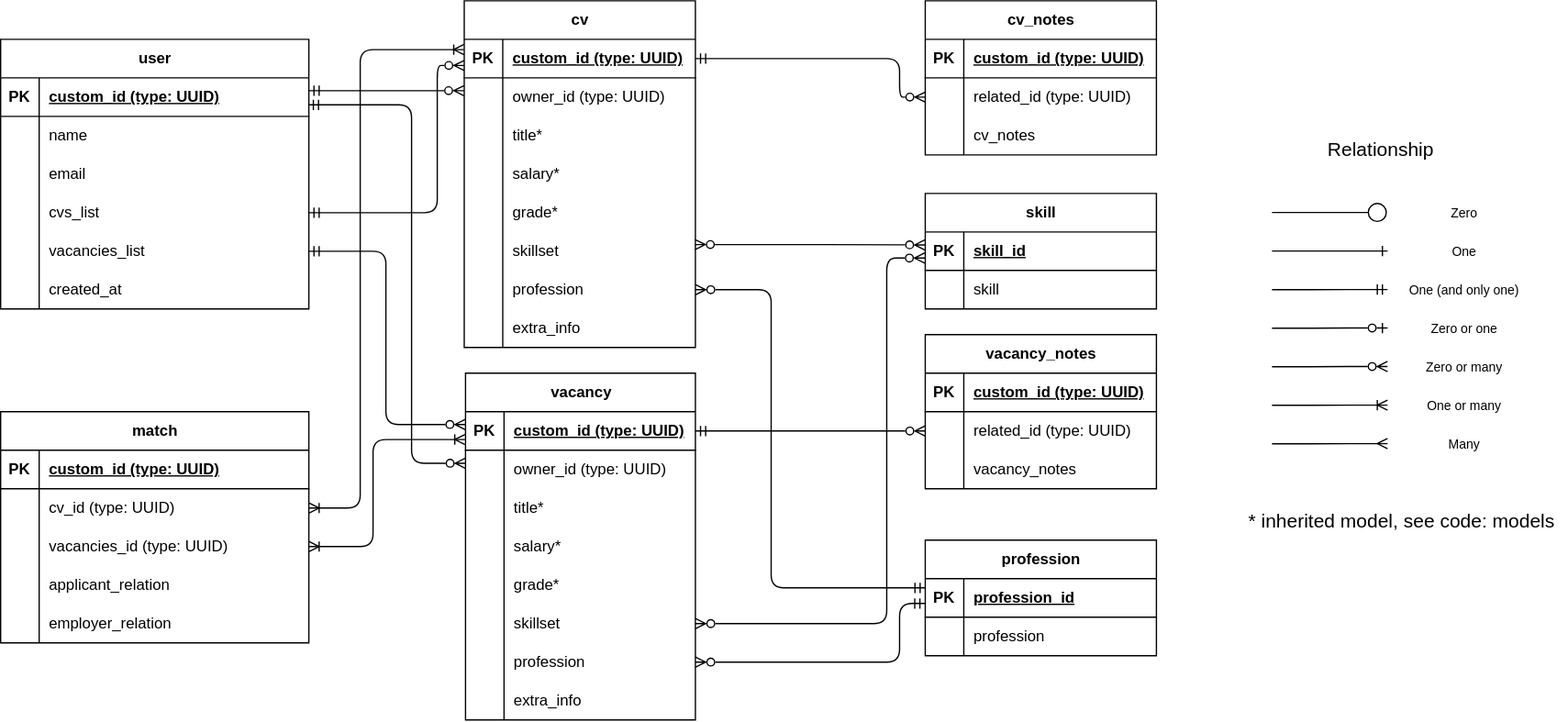
Above: schemabd.svg in BarankinaWork/test (draw.io), before the change. Source tidied: cells renumbered, new cells last; positions are measured from the earlier drawing's top-left corner, leaving out a move shared by most shapes.
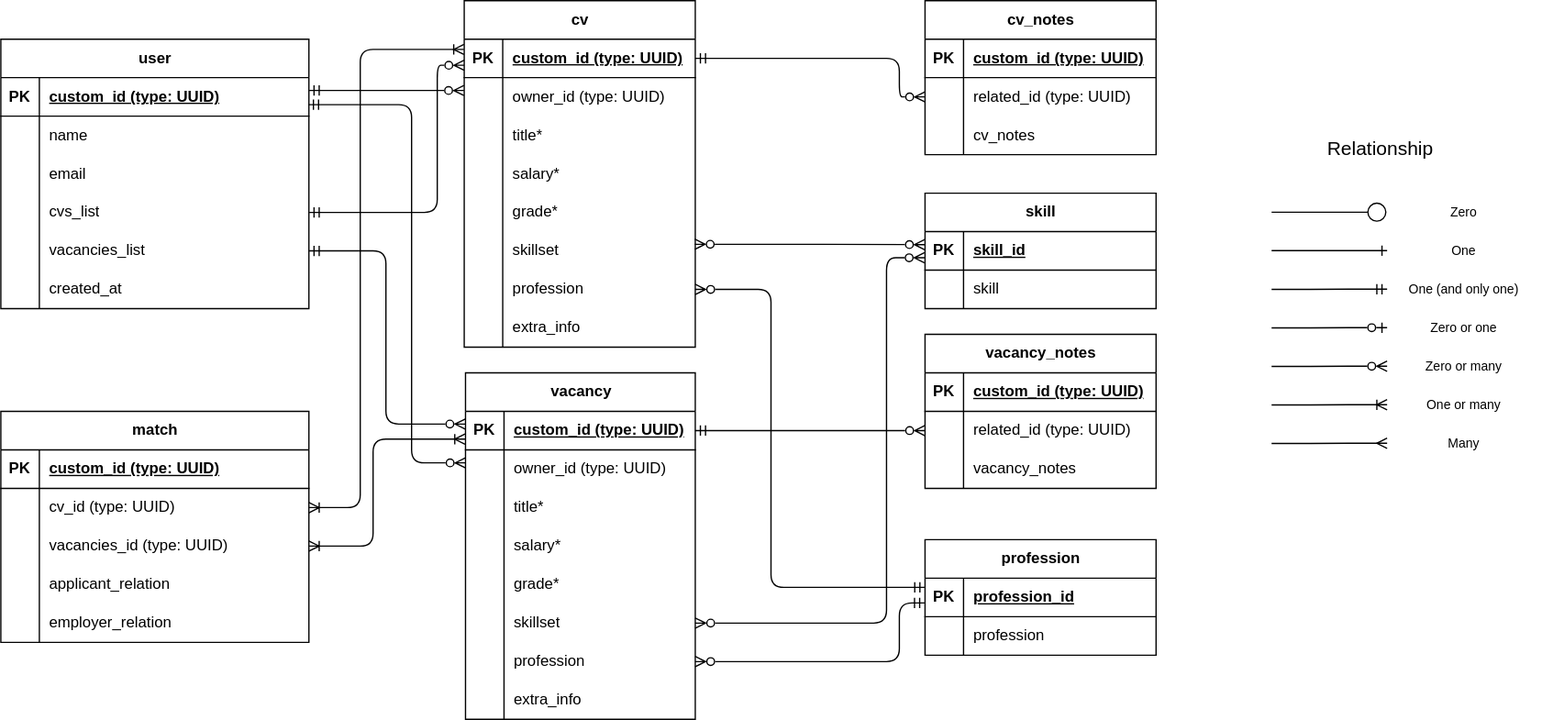
Later version of the same file.

Diff of the diagram source:
```diff
@@ -446,9 +446,6 @@
         <mxPoint x="1080" y="314.9" as="targetPoint" />
       </mxGeometry>
     </mxCell>
-    <mxCell id="137" value="* inherited model, see code: &lt;a href=&quot;https://github.com/roll-over/unknown-interview/tree/main/backend/app/db/models&quot; style=&quot;font-size: 15px;&quot;&gt;models&lt;/a&gt;" style="text;html=1;strokeColor=none;fillColor=none;align=left;verticalAlign=middle;whiteSpace=wrap;rounded=0;fontSize=15;" parent="1" vertex="1">
-      <mxGeometry x="970" y="380" width="250" height="50" as="geometry" />
-    </mxCell>
     <mxCell id="138" value="Relationship" style="text;html=1;strokeColor=none;fillColor=none;align=center;verticalAlign=middle;whiteSpace=wrap;rounded=0;fontSize=15;" parent="1" vertex="1">
       <mxGeometry x="1045" y="100" width="60" height="30" as="geometry" />
     </mxCell>
```
